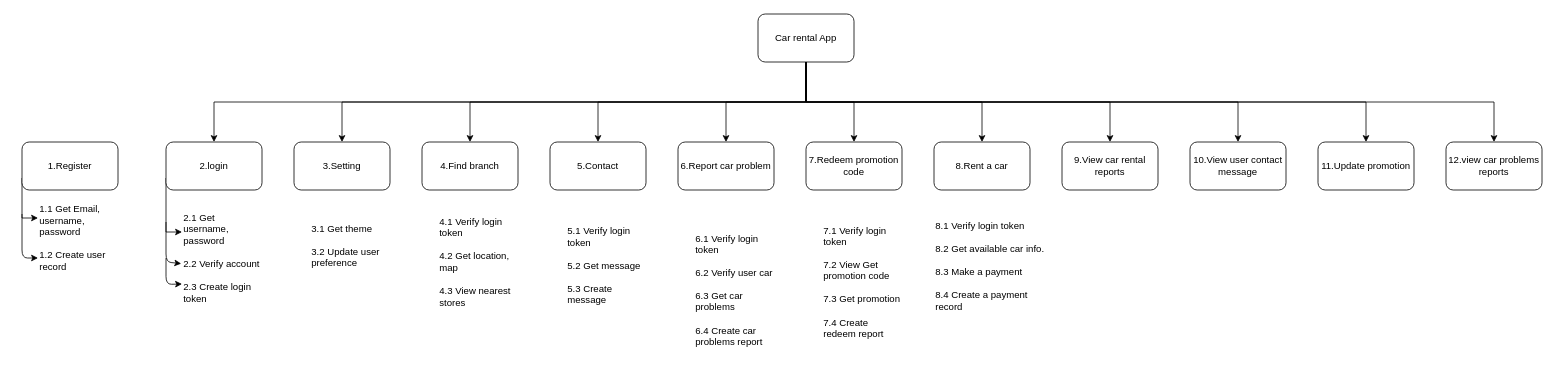
The draw.io diagram functionaldecomposition.drawio in ICT-Mahidol/2019-ITCS371-2-ORgates, before the edit. Source tidied: cells renumbered, new cells numbered last; positions are measured from the earlier drawing's top-left corner, leaving out a move shared by most shapes. Both pictures are drawn from the tidied source at 80%, with x=0, y=0 at pixel (22, 14).
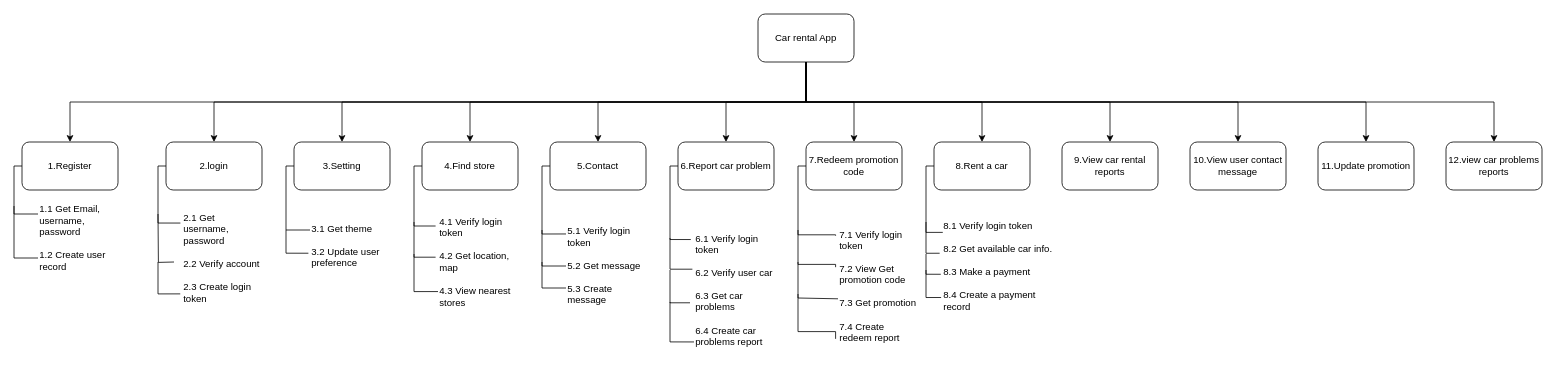
After the change.

Unchanged cells that the change refers to:
```xml
<mxCell id="13" value="Car rental App" style="rounded=1;whiteSpace=wrap;html=1;" parent="1" vertex="1">
  <mxGeometry x="920" width="120" height="60" as="geometry" />
</mxCell>
<mxCell id="15" value="1.Register" style="rounded=1;whiteSpace=wrap;html=1;" parent="1" vertex="1">
  <mxGeometry y="160" width="120" height="60" as="geometry" />
</mxCell>
<mxCell id="17" value="2.login" style="rounded=1;whiteSpace=wrap;html=1;" parent="1" vertex="1">
  <mxGeometry x="180" y="160" width="120" height="60" as="geometry" />
</mxCell>
<mxCell id="18" value="3.Setting" style="rounded=1;whiteSpace=wrap;html=1;" parent="1" vertex="1">
  <mxGeometry x="340" y="160" width="120" height="60" as="geometry" />
</mxCell>
<mxCell id="20" value="5.Contact" style="rounded=1;whiteSpace=wrap;html=1;" parent="1" vertex="1">
  <mxGeometry x="660" y="160" width="120" height="60" as="geometry" />
</mxCell>
<mxCell id="21" value="6.Report car problem" style="rounded=1;whiteSpace=wrap;html=1;" parent="1" vertex="1">
  <mxGeometry x="820" y="160" width="120" height="60" as="geometry" />
</mxCell>
<mxCell id="22" value="7.Redeem promotion code" style="rounded=1;whiteSpace=wrap;html=1;" parent="1" vertex="1">
  <mxGeometry x="980" y="160" width="120" height="60" as="geometry" />
</mxCell>
<mxCell id="23" value="8.Rent a car" style="rounded=1;whiteSpace=wrap;html=1;" parent="1" vertex="1">
  <mxGeometry x="1140" y="160" width="120" height="60" as="geometry" />
</mxCell>
<mxCell id="28" value="&lt;div&gt;1.1 Get Email, username, password&lt;/div&gt;&lt;div&gt;&lt;br&gt;&lt;/div&gt;&lt;div&gt;1.2 Create user record&lt;/div&gt;" style="text;strokeColor=none;fillColor=none;html=1;whiteSpace=wrap;verticalAlign=middle;overflow=hidden;" parent="1" vertex="1">
  <mxGeometry x="20" y="230" width="110" height="100" as="geometry" />
</mxCell>
<mxCell id="29" value="&lt;div&gt;2.1 Get username, password&lt;/div&gt;&lt;div&gt;&lt;br&gt;&lt;/div&gt;&lt;div&gt;2.2 Verify accoun&lt;span&gt;t&lt;/span&gt;&lt;/div&gt;&lt;div&gt;&lt;span&gt;&lt;br&gt;&lt;/span&gt;&lt;/div&gt;&lt;div&gt;2.3 Create login token&lt;/div&gt;" style="text;strokeColor=none;fillColor=none;html=1;whiteSpace=wrap;verticalAlign=middle;overflow=hidden;" parent="1" vertex="1">
  <mxGeometry x="200" y="240" width="100" height="130" as="geometry" />
</mxCell>
<mxCell id="30" value="3.1 Get theme&lt;br&gt;&lt;br&gt;3.2 Update user preference" style="text;strokeColor=none;fillColor=none;html=1;whiteSpace=wrap;verticalAlign=middle;overflow=hidden;" parent="1" vertex="1">
  <mxGeometry x="360" y="250" width="100" height="80" as="geometry" />
</mxCell>
<mxCell id="31" value="4.1 Verify login token&lt;br&gt;&lt;br&gt;4.2 Get location, map&lt;br&gt;&lt;br&gt;4.3 View nearest stores" style="text;strokeColor=none;fillColor=none;html=1;whiteSpace=wrap;verticalAlign=middle;overflow=hidden;" parent="1" vertex="1">
  <mxGeometry x="520" y="250" width="100" height="120" as="geometry" />
</mxCell>
<mxCell id="32" value="5.1 Verify login token&lt;br&gt;&lt;br&gt;5.2 Get message&lt;br&gt;&lt;br&gt;5.3 Create message" style="text;strokeColor=none;fillColor=none;html=1;whiteSpace=wrap;verticalAlign=middle;overflow=hidden;" parent="1" vertex="1">
  <mxGeometry x="680" y="260" width="100" height="110" as="geometry" />
</mxCell>
<mxCell id="33" value="&lt;div&gt;6.1 Verify login token&lt;/div&gt;&lt;div&gt;&lt;br&gt;&lt;/div&gt;&lt;div&gt;6.2 Verify user car&lt;/div&gt;&lt;div&gt;&lt;br&gt;&lt;/div&gt;&lt;div&gt;6.3 Get car problems&lt;/div&gt;&lt;div&gt;&lt;br&gt;&lt;/div&gt;&lt;div&gt;6.4 Create car problems report&lt;/div&gt;" style="text;strokeColor=none;fillColor=none;html=1;whiteSpace=wrap;verticalAlign=middle;overflow=hidden;" parent="1" vertex="1">
  <mxGeometry x="840" y="260" width="100" height="170" as="geometry" />
</mxCell>
```

Diff of the diagram source:
```diff
@@
+    <mxCell id="39" style="edgeStyle=orthogonalEdgeStyle;rounded=0;jettySize=auto;html=1;exitX=0.5;exitY=1;exitDx=0;exitDy=0;entryX=0.5;entryY=0;entryDx=0;entryDy=0;" parent="1" edge="1" source="13" target="15">
+      <mxGeometry relative="1" as="geometry" />
+    </mxCell>
@@
-    <mxCell id="14" style="edgeStyle=orthogonalEdgeStyle;rounded=0;jettySize=auto;html=1;exitX=0;exitY=0.75;exitDx=0;exitDy=0;entryX=0;entryY=0.25;entryDx=0;entryDy=0;" parent="1" edge="1" source="15" target="28">
-      <mxGeometry relative="1" as="geometry">
-        <Array as="points">
-          <mxPoint y="255" />
-        </Array>
-      </mxGeometry>
-    </mxCell>
@@
-    <mxCell id="16" style="edgeStyle=orthogonalEdgeStyle;rounded=0;jettySize=auto;html=1;exitX=0;exitY=0.75;exitDx=0;exitDy=0;entryX=0;entryY=0.25;entryDx=0;entryDy=0;" parent="1" edge="1" source="17" target="29">
-      <mxGeometry relative="1" as="geometry">
-        <Array as="points">
-          <mxPoint x="180" y="273" />
-        </Array>
-      </mxGeometry>
-    </mxCell>
@@
-    <mxCell id="19" value="4.Find branch" style="rounded=1;whiteSpace=wrap;html=1;" parent="1" vertex="1">
+    <mxCell id="19" value="4.Find store" style="rounded=1;whiteSpace=wrap;html=1;" parent="1" vertex="1">
       <mxGeometry x="500" y="160" width="120" height="60" as="geometry" />
     </mxCell>
@@
     <mxCell id="34" value="&lt;div&gt;7.1 Verify login token&lt;/div&gt;&lt;div&gt;&lt;br&gt;&lt;/div&gt;&lt;div&gt;7.2 View Get promotion code&amp;nbsp;&lt;/div&gt;&lt;div&gt;&lt;br&gt;&lt;/div&gt;&lt;div&gt;7.3 Get promotion&lt;/div&gt;&lt;div&gt;&lt;br&gt;&lt;/div&gt;&lt;div&gt;7.4 Create redeem report&lt;/div&gt;" style="text;strokeColor=none;fillColor=none;html=1;whiteSpace=wrap;verticalAlign=middle;overflow=hidden;" parent="1" vertex="1">
-      <mxGeometry x="1000" y="260" width="100" height="150" as="geometry" />
+      <mxGeometry x="1020" y="260" width="100" height="160" as="geometry" />
     </mxCell>
     <mxCell id="35" value="8.1 Verify login token&lt;br&gt;&lt;br&gt;8.2 Get available car info.&lt;br&gt;&lt;br&gt;8.3 Make a payment&lt;br&gt;&lt;br&gt;8.4 Create a payment record" style="text;html=1;strokeColor=none;fillColor=none;align=left;verticalAlign=middle;whiteSpace=wrap;rounded=0;" parent="1" vertex="1">
-      <mxGeometry x="1140" y="260" width="140" height="110" as="geometry" />
+      <mxGeometry x="1150" y="260" width="140" height="110" as="geometry" />
     </mxCell>
-    <mxCell id="36" style="endArrow=classic;html=1;" parent="1" edge="1">
-      <mxGeometry relative="1" as="geometry">
-        <mxPoint y="250" as="sourcePoint" />
-        <mxPoint x="20" y="305" as="targetPoint" />
-        <Array as="points">
-          <mxPoint y="305" />
-        </Array>
-      </mxGeometry>
-    </mxCell>
-    <mxCell id="37" style="endArrow=classic;html=1;entryX=-0.01;entryY=0.554;entryDx=0;entryDy=0;entryPerimeter=0;" parent="1" edge="1" target="29">
-      <mxGeometry relative="1" as="geometry">
-        <mxPoint x="180" y="260" as="sourcePoint" />
-        <Array as="points">
-          <mxPoint x="180" y="310" />
-        </Array>
-      </mxGeometry>
-    </mxCell>
-    <mxCell id="38" style="endArrow=classic;html=1;entryX=0;entryY=0.75;entryDx=0;entryDy=0;" parent="1" edge="1" target="29">
-      <mxGeometry relative="1" as="geometry">
-        <mxPoint x="180" y="305" as="sourcePoint" />
-        <Array as="points">
-          <mxPoint x="180" y="338" />
-        </Array>
-      </mxGeometry>
-    </mxCell>
+    <mxCell id="40" style="endArrow=none;html=1;entryX=0;entryY=0.5;entryDx=0;entryDy=0;edgeStyle=orthogonalEdgeStyle;exitX=0;exitY=0.25;exitDx=0;exitDy=0;rounded=0;" parent="1" edge="1" source="30" target="18">
+      <mxGeometry relative="1" as="geometry" />
+    </mxCell>
+    <mxCell id="41" style="endArrow=none;html=1;exitX=-0.02;exitY=0.613;exitDx=0;exitDy=0;exitPerimeter=0;rounded=0;edgeStyle=orthogonalEdgeStyle;" parent="1" edge="1" source="30">
+      <mxGeometry relative="1" as="geometry">
+        <mxPoint x="330" y="270" as="targetPoint" />
+        <Array as="points">
+          <mxPoint x="330" y="299" />
+        </Array>
+      </mxGeometry>
+    </mxCell>
+    <mxCell id="42" style="endArrow=none;html=1;edgeStyle=orthogonalEdgeStyle;rounded=0;entryX=0;entryY=0.5;entryDx=0;entryDy=0;exitX=-0.03;exitY=0.125;exitDx=0;exitDy=0;exitPerimeter=0;" parent="1" edge="1" source="31" target="19">
+      <mxGeometry relative="1" as="geometry">
+        <Array as="points">
+          <mxPoint x="490" y="265" />
+          <mxPoint x="490" y="190" />
+        </Array>
+      </mxGeometry>
+    </mxCell>
+    <mxCell id="43" style="endArrow=none;html=1;entryX=-0.03;entryY=0.45;entryDx=0;entryDy=0;entryPerimeter=0;edgeStyle=orthogonalEdgeStyle;rounded=0;" parent="1" edge="1" target="31">
+      <mxGeometry relative="1" as="geometry">
+        <mxPoint x="490" y="260" as="sourcePoint" />
+        <Array as="points">
+          <mxPoint x="490" y="304" />
+        </Array>
+      </mxGeometry>
+    </mxCell>
+    <mxCell id="44" style="endArrow=none;html=1;edgeStyle=orthogonalEdgeStyle;rounded=0;exitX=0;exitY=0.808;exitDx=0;exitDy=0;exitPerimeter=0;" parent="1" edge="1" source="31">
+      <mxGeometry relative="1" as="geometry">
+        <mxPoint x="490" y="300" as="targetPoint" />
+        <Array as="points">
+          <mxPoint x="490" y="347" />
+        </Array>
+      </mxGeometry>
+    </mxCell>
+    <mxCell id="45" style="endArrow=none;html=1;rounded=0;edgeStyle=orthogonalEdgeStyle;entryX=0;entryY=0.5;entryDx=0;entryDy=0;exitX=0;exitY=0.136;exitDx=0;exitDy=0;exitPerimeter=0;" parent="1" edge="1" source="32" target="20">
+      <mxGeometry relative="1" as="geometry" />
+    </mxCell>
+    <mxCell id="46" style="endArrow=none;html=1;entryX=0;entryY=0.5;entryDx=0;entryDy=0;rounded=0;edgeStyle=orthogonalEdgeStyle;" parent="1" edge="1" target="32">
+      <mxGeometry relative="1" as="geometry">
+        <mxPoint x="650" y="270" as="sourcePoint" />
+        <Array as="points">
+          <mxPoint x="650" y="315" />
+        </Array>
+      </mxGeometry>
+    </mxCell>
+    <mxCell id="47" style="endArrow=none;html=1;rounded=0;edgeStyle=orthogonalEdgeStyle;exitX=0;exitY=0.75;exitDx=0;exitDy=0;" parent="1" edge="1" source="32">
+      <mxGeometry relative="1" as="geometry">
+        <mxPoint x="650" y="310" as="targetPoint" />
+        <Array as="points">
+          <mxPoint x="650" y="343" />
+        </Array>
+      </mxGeometry>
+    </mxCell>
+    <mxCell id="48" style="endArrow=none;html=1;entryX=0;entryY=0.5;entryDx=0;entryDy=0;exitX=-0.04;exitY=0.129;exitDx=0;exitDy=0;exitPerimeter=0;edgeStyle=orthogonalEdgeStyle;rounded=0;" parent="1" edge="1" source="33" target="21">
+      <mxGeometry relative="1" as="geometry">
+        <Array as="points">
+          <mxPoint x="810" y="282" />
+          <mxPoint x="810" y="190" />
+        </Array>
+      </mxGeometry>
+    </mxCell>
+    <mxCell id="49" style="endArrow=none;html=1;exitX=-0.02;exitY=0.347;exitDx=0;exitDy=0;exitPerimeter=0;rounded=0;edgeStyle=orthogonalEdgeStyle;" parent="1" edge="1" source="33">
+      <mxGeometry relative="1" as="geometry">
+        <mxPoint x="810" y="280" as="targetPoint" />
+        <Array as="points">
+          <mxPoint x="810" y="319" />
+        </Array>
+      </mxGeometry>
+    </mxCell>
+    <mxCell id="50" style="endArrow=none;html=1;exitX=-0.05;exitY=0.594;exitDx=0;exitDy=0;exitPerimeter=0;rounded=0;edgeStyle=orthogonalEdgeStyle;" parent="1" edge="1" source="33">
+      <mxGeometry relative="1" as="geometry">
+        <mxPoint x="810" y="320" as="targetPoint" />
+        <Array as="points">
+          <mxPoint x="810" y="361" />
+        </Array>
+      </mxGeometry>
+    </mxCell>
+    <mxCell id="51" style="endArrow=none;html=1;exitX=0;exitY=0.882;exitDx=0;exitDy=0;exitPerimeter=0;edgeStyle=orthogonalEdgeStyle;rounded=0;" parent="1" edge="1" source="33">
+      <mxGeometry relative="1" as="geometry">
+        <mxPoint x="810" y="360" as="targetPoint" />
+        <Array as="points">
+          <mxPoint x="810" y="410" />
+        </Array>
+      </mxGeometry>
+    </mxCell>
+    <mxCell id="52" style="endArrow=none;html=1;entryX=0;entryY=0.5;entryDx=0;entryDy=0;exitX=-0.03;exitY=0.107;exitDx=0;exitDy=0;exitPerimeter=0;rounded=0;edgeStyle=orthogonalEdgeStyle;" parent="1" edge="1" source="34" target="22">
+      <mxGeometry relative="1" as="geometry">
+        <Array as="points">
+          <mxPoint x="970" y="276" />
+          <mxPoint x="970" y="190" />
+        </Array>
+      </mxGeometry>
+    </mxCell>
+    <mxCell id="53" style="endArrow=none;html=1;exitX=-0.03;exitY=0.353;exitDx=0;exitDy=0;exitPerimeter=0;rounded=0;edgeStyle=orthogonalEdgeStyle;" parent="1" edge="1" source="34">
+      <mxGeometry relative="1" as="geometry">
+        <mxPoint x="970" y="270" as="targetPoint" />
+        <Array as="points">
+          <mxPoint x="1017" y="313" />
+          <mxPoint x="970" y="313" />
+        </Array>
+      </mxGeometry>
+    </mxCell>
+    <mxCell id="54" style="endArrow=none;html=1;exitX=0;exitY=0.6;exitDx=0;exitDy=0;exitPerimeter=0;rounded=0;" parent="1" edge="1" source="34">
+      <mxGeometry relative="1" as="geometry">
+        <mxPoint x="970" y="310" as="targetPoint" />
+        <Array as="points">
+          <mxPoint x="970" y="355" />
+        </Array>
+      </mxGeometry>
+    </mxCell>
+    <mxCell id="55" style="endArrow=none;html=1;exitX=-0.03;exitY=0.913;exitDx=0;exitDy=0;exitPerimeter=0;edgeStyle=orthogonalEdgeStyle;rounded=0;" parent="1" edge="1" source="34">
+      <mxGeometry relative="1" as="geometry">
+        <mxPoint x="970" y="350" as="targetPoint" />
+        <Array as="points">
+          <mxPoint x="970" y="397" />
+        </Array>
+      </mxGeometry>
+    </mxCell>
+    <mxCell id="56" style="endArrow=none;html=1;rounded=0;edgeStyle=orthogonalEdgeStyle;entryX=0;entryY=0.5;entryDx=0;entryDy=0;exitX=0.007;exitY=0.118;exitDx=0;exitDy=0;exitPerimeter=0;" parent="1" edge="1" source="35" target="23">
+      <mxGeometry relative="1" as="geometry" />
+    </mxCell>
+    <mxCell id="57" style="endArrow=none;html=1;exitX=-0.021;exitY=0.355;exitDx=0;exitDy=0;exitPerimeter=0;rounded=0;edgeStyle=orthogonalEdgeStyle;" parent="1" edge="1" source="35">
+      <mxGeometry relative="1" as="geometry">
+        <mxPoint x="1130" y="260" as="targetPoint" />
+        <Array as="points">
+          <mxPoint x="1130" y="299" />
+        </Array>
+      </mxGeometry>
+    </mxCell>
+    <mxCell id="58" style="endArrow=none;html=1;exitX=-0.011;exitY=0.594;exitDx=0;exitDy=0;exitPerimeter=0;rounded=0;edgeStyle=orthogonalEdgeStyle;" parent="1" edge="1" source="35">
+      <mxGeometry relative="1" as="geometry">
+        <mxPoint x="1130" y="300" as="targetPoint" />
+        <Array as="points">
+          <mxPoint x="1130" y="325" />
+        </Array>
+      </mxGeometry>
+    </mxCell>
+    <mxCell id="59" style="endArrow=none;html=1;exitX=-0.008;exitY=0.858;exitDx=0;exitDy=0;exitPerimeter=0;rounded=0;edgeStyle=orthogonalEdgeStyle;" parent="1" edge="1" source="35">
+      <mxGeometry relative="1" as="geometry">
+        <mxPoint x="1130" y="320" as="targetPoint" />
+        <Array as="points">
+          <mxPoint x="1130" y="354" />
+        </Array>
+      </mxGeometry>
+    </mxCell>
+    <mxCell id="60" style="endArrow=none;html=1;rounded=0;edgeStyle=orthogonalEdgeStyle;entryX=0;entryY=0.5;entryDx=0;entryDy=0;exitX=0;exitY=0.2;exitDx=0;exitDy=0;exitPerimeter=0;" parent="1" edge="1" source="28" target="15">
+      <mxGeometry relative="1" as="geometry" />
+    </mxCell>
+    <mxCell id="61" style="endArrow=none;html=1;rounded=0;edgeStyle=orthogonalEdgeStyle;exitX=0;exitY=0.75;exitDx=0;exitDy=0;" parent="1" edge="1" source="28">
+      <mxGeometry relative="1" as="geometry">
+        <mxPoint x="-10" y="240" as="targetPoint" />
+        <Array as="points">
+          <mxPoint x="-10" y="305" />
+        </Array>
+      </mxGeometry>
+    </mxCell>
+    <mxCell id="62" style="endArrow=none;html=1;entryX=0;entryY=0.5;entryDx=0;entryDy=0;exitX=-0.02;exitY=0.164;exitDx=0;exitDy=0;exitPerimeter=0;rounded=0;edgeStyle=orthogonalEdgeStyle;" parent="1" edge="1" source="29" target="17">
+      <mxGeometry relative="1" as="geometry">
+        <Array as="points">
+          <mxPoint x="170" y="261" />
+          <mxPoint x="170" y="190" />
+        </Array>
+      </mxGeometry>
+    </mxCell>
+    <mxCell id="63" style="endArrow=none;html=1;rounded=0;edgeStyle=orthogonalEdgeStyle;" parent="1" edge="1">
+      <mxGeometry relative="1" as="geometry">
+        <mxPoint x="190" y="310" as="sourcePoint" />
+        <mxPoint x="170" y="250" as="targetPoint" />
+      </mxGeometry>
+    </mxCell>
+    <mxCell id="64" style="endArrow=none;html=1;exitX=-0.022;exitY=0.845;exitDx=0;exitDy=0;exitPerimeter=0;rounded=0;edgeStyle=orthogonalEdgeStyle;" parent="1" edge="1" source="29">
+      <mxGeometry relative="1" as="geometry">
+        <mxPoint x="170" y="310" as="targetPoint" />
+        <Array as="points">
+          <mxPoint x="170" y="350" />
+        </Array>
+      </mxGeometry>
+    </mxCell>
```
